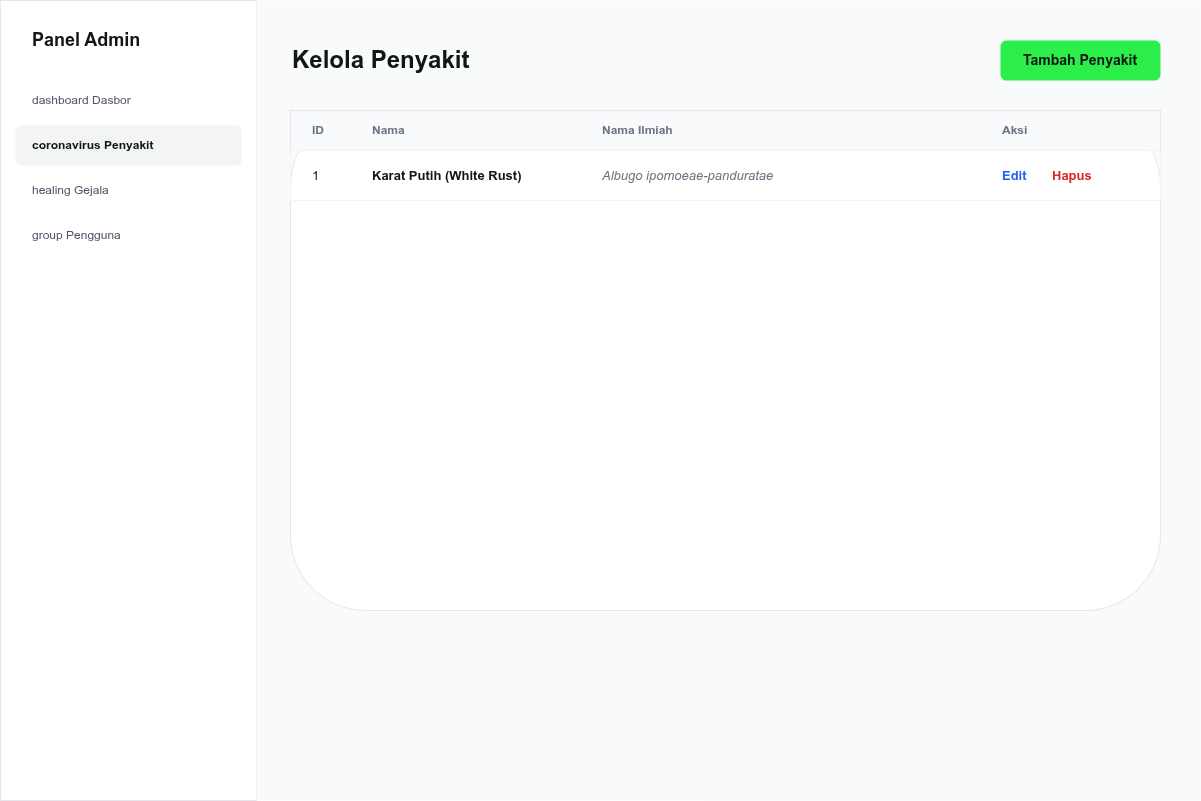
This is diagram/desain/admin-lihat-penyakit.png from RajaSunrise/kangkungku, a draw.io export, as it was before one commit. Source tidied: cells renumbered, new cells last; positions are measured from the earlier drawing's top-left corner, leaving out a move shared by most shapes.
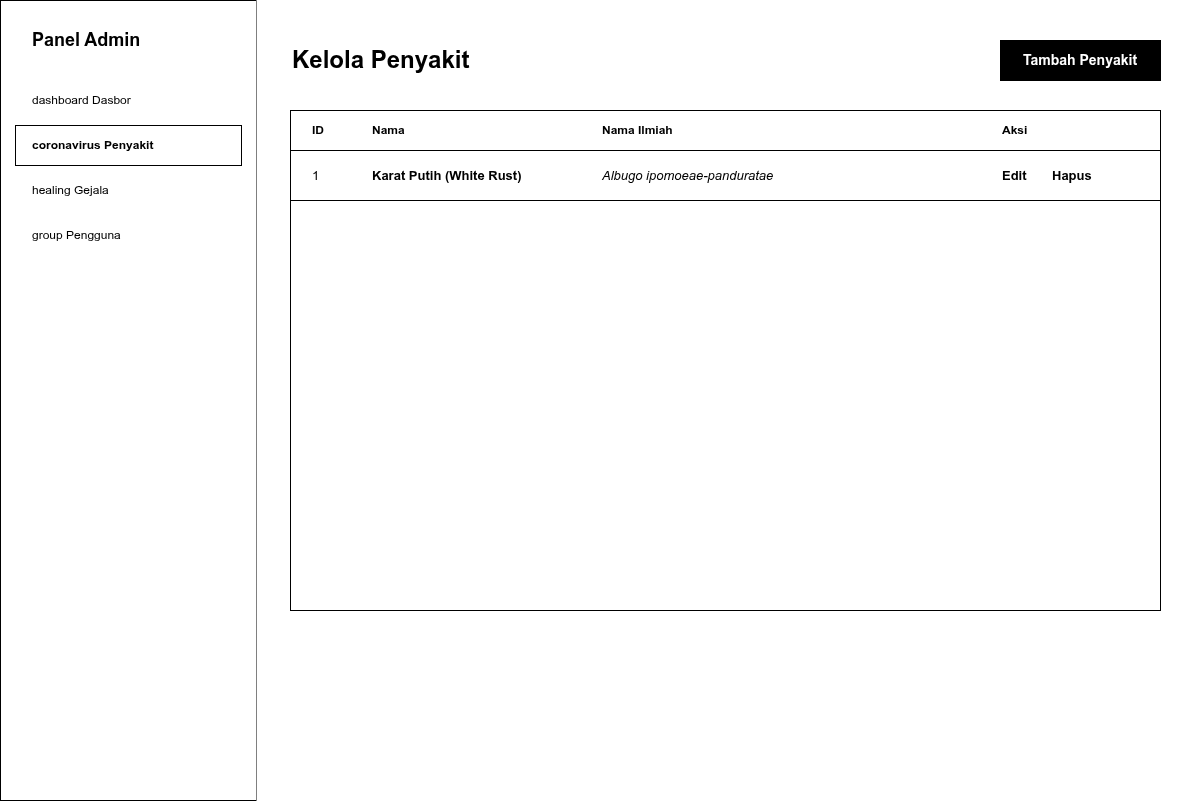
After the commit.

Change to the diagram source:
```diff
@@ -2,67 +2,67 @@
   <root>
     <mxCell id="0" />
     <mxCell id="1" parent="0" />
-    <mxCell id="2" style="rounded=0;whiteSpace=wrap;html=1;fillColor=#FFFFFF;strokeColor=#E5E7EB;" parent="1" vertex="1">
+    <mxCell id="2" style="rounded=0;whiteSpace=wrap;html=1;fillColor=#FFFFFF;strokeColor=#000000;" parent="1" vertex="1">
       <mxGeometry width="256" height="800" as="geometry" />
     </mxCell>
-    <mxCell id="3" value="Panel Admin" style="text;html=1;strokeColor=none;fillColor=none;align=left;verticalAlign=middle;whiteSpace=wrap;rounded=0;fontColor=#111812;fontSize=18;fontStyle=1;" parent="1" vertex="1">
+    <mxCell id="3" value="Panel Admin" style="text;html=1;strokeColor=none;fillColor=none;align=left;verticalAlign=middle;whiteSpace=wrap;rounded=0;fontColor=#000000;fontSize=18;fontStyle=1;" parent="1" vertex="1">
       <mxGeometry x="30" y="20" width="200" height="40" as="geometry" />
     </mxCell>
-    <mxCell id="4" value="dashboard  Dasbor" style="rounded=1;whiteSpace=wrap;html=1;fillColor=none;strokeColor=none;fontColor=#4B5563;align=left;spacingLeft=15;" parent="1" vertex="1">
+    <mxCell id="4" value="dashboard  Dasbor" style="rounded=0;whiteSpace=wrap;html=1;fillColor=none;strokeColor=none;fontColor=#000000;align=left;spacingLeft=15;" parent="1" vertex="1">
       <mxGeometry x="15" y="80" width="226" height="40" as="geometry" />
     </mxCell>
-    <mxCell id="5" value="coronavirus  Penyakit" style="rounded=1;whiteSpace=wrap;html=1;fillColor=#F3F4F6;strokeColor=none;fontColor=#111812;align=left;spacingLeft=15;fontStyle=1;" parent="1" vertex="1">
+    <mxCell id="5" value="coronavirus  Penyakit" style="rounded=0;whiteSpace=wrap;html=1;fillColor=#FFFFFF;strokeColor=#000000;fontColor=#000000;align=left;spacingLeft=15;fontStyle=1;" parent="1" vertex="1">
       <mxGeometry x="15" y="125" width="226" height="40" as="geometry" />
     </mxCell>
-    <mxCell id="6" value="healing  Gejala" style="rounded=1;whiteSpace=wrap;html=1;fillColor=none;strokeColor=none;fontColor=#4B5563;align=left;spacingLeft=15;" parent="1" vertex="1">
+    <mxCell id="6" value="healing  Gejala" style="rounded=0;whiteSpace=wrap;html=1;fillColor=none;strokeColor=none;fontColor=#000000;align=left;spacingLeft=15;" parent="1" vertex="1">
       <mxGeometry x="15" y="170" width="226" height="40" as="geometry" />
     </mxCell>
-    <mxCell id="7" value="group  Pengguna" style="rounded=1;whiteSpace=wrap;html=1;fillColor=none;strokeColor=none;fontColor=#4B5563;align=left;spacingLeft=15;" parent="1" vertex="1">
+    <mxCell id="7" value="group  Pengguna" style="rounded=0;whiteSpace=wrap;html=1;fillColor=none;strokeColor=none;fontColor=#000000;align=left;spacingLeft=15;" parent="1" vertex="1">
       <mxGeometry x="15" y="215" width="226" height="40" as="geometry" />
     </mxCell>
-    <mxCell id="8" style="rounded=0;whiteSpace=wrap;html=1;fillColor=#F9FAFB;strokeColor=none;" parent="1" vertex="1">
+    <mxCell id="8" style="rounded=0;whiteSpace=wrap;html=1;fillColor=#FFFFFF;strokeColor=none;" parent="1" vertex="1">
       <mxGeometry x="256" width="944" height="800" as="geometry" />
     </mxCell>
-    <mxCell id="9" value="Kelola Penyakit" style="text;html=1;strokeColor=none;fillColor=none;align=left;verticalAlign=middle;whiteSpace=wrap;rounded=0;fontColor=#111812;fontSize=24;fontStyle=1;" parent="1" vertex="1">
+    <mxCell id="9" value="Kelola Penyakit" style="text;html=1;strokeColor=none;fillColor=none;align=left;verticalAlign=middle;whiteSpace=wrap;rounded=0;fontColor=#000000;fontSize=24;fontStyle=1;" parent="1" vertex="1">
       <mxGeometry x="290" y="40" width="300" height="40" as="geometry" />
     </mxCell>
-    <mxCell id="10" value="Tambah Penyakit" style="rounded=1;whiteSpace=wrap;html=1;fillColor=#2BEE4B;strokeColor=none;fontColor=#111812;fontStyle=1;fontSize=14;" parent="1" vertex="1">
+    <mxCell id="10" value="Tambah Penyakit" style="rounded=0;whiteSpace=wrap;html=1;fillColor=#000000;strokeColor=#000000;fontColor=#FFFFFF;fontStyle=1;fontSize=14;" parent="1" vertex="1">
       <mxGeometry x="1000" y="40" width="160" height="40" as="geometry" />
     </mxCell>
-    <mxCell id="11" style="rounded=1;whiteSpace=wrap;html=1;fillColor=#FFFFFF;strokeColor=#E5E7EB;shadow=0;" parent="1" vertex="1">
+    <mxCell id="11" style="rounded=0;whiteSpace=wrap;html=1;fillColor=#FFFFFF;strokeColor=#000000;" parent="1" vertex="1">
       <mxGeometry x="290" y="110" width="870" height="500" as="geometry" />
     </mxCell>
-    <mxCell id="12" style="rounded=0;whiteSpace=wrap;html=1;fillColor=#F9FAFB;strokeColor=#E5E7EB;" parent="1" vertex="1">
+    <mxCell id="12" style="rounded=0;whiteSpace=wrap;html=1;fillColor=#FFFFFF;strokeColor=#000000;" parent="1" vertex="1">
       <mxGeometry x="290" y="110" width="870" height="40" as="geometry" />
     </mxCell>
-    <mxCell id="13" value="ID" style="text;html=1;strokeColor=none;fillColor=none;align=left;verticalAlign=middle;whiteSpace=wrap;rounded=0;fontColor=#6B7280;fontSize=12;fontStyle=1;" parent="1" vertex="1">
+    <mxCell id="13" value="ID" style="text;html=1;strokeColor=none;fillColor=none;align=left;verticalAlign=middle;whiteSpace=wrap;rounded=0;fontColor=#000000;fontSize=12;fontStyle=1;" parent="1" vertex="1">
       <mxGeometry x="310" y="115" width="50" height="30" as="geometry" />
     </mxCell>
-    <mxCell id="14" value="Nama" style="text;html=1;strokeColor=none;fillColor=none;align=left;verticalAlign=middle;whiteSpace=wrap;rounded=0;fontColor=#6B7280;fontSize=12;fontStyle=1;" parent="1" vertex="1">
+    <mxCell id="14" value="Nama" style="text;html=1;strokeColor=none;fillColor=none;align=left;verticalAlign=middle;whiteSpace=wrap;rounded=0;fontColor=#000000;fontSize=12;fontStyle=1;" parent="1" vertex="1">
       <mxGeometry x="370" y="115" width="200" height="30" as="geometry" />
     </mxCell>
-    <mxCell id="15" value="Nama Ilmiah" style="text;html=1;strokeColor=none;fillColor=none;align=left;verticalAlign=middle;whiteSpace=wrap;rounded=0;fontColor=#6B7280;fontSize=12;fontStyle=1;" parent="1" vertex="1">
+    <mxCell id="15" value="Nama Ilmiah" style="text;html=1;strokeColor=none;fillColor=none;align=left;verticalAlign=middle;whiteSpace=wrap;rounded=0;fontColor=#000000;fontSize=12;fontStyle=1;" parent="1" vertex="1">
       <mxGeometry x="600" y="115" width="200" height="30" as="geometry" />
     </mxCell>
-    <mxCell id="16" value="Aksi" style="text;html=1;strokeColor=none;fillColor=none;align=left;verticalAlign=middle;whiteSpace=wrap;rounded=0;fontColor=#6B7280;fontSize=12;fontStyle=1;" parent="1" vertex="1">
+    <mxCell id="16" value="Aksi" style="text;html=1;strokeColor=none;fillColor=none;align=left;verticalAlign=middle;whiteSpace=wrap;rounded=0;fontColor=#000000;fontSize=12;fontStyle=1;" parent="1" vertex="1">
       <mxGeometry x="1000" y="115" width="100" height="30" as="geometry" />
     </mxCell>
-    <mxCell id="17" style="rounded=0;whiteSpace=wrap;html=1;fillColor=none;strokeColor=#F3F4F6;" parent="1" vertex="1">
+    <mxCell id="17" style="rounded=0;whiteSpace=wrap;html=1;fillColor=none;strokeColor=#000000;" parent="1" vertex="1">
       <mxGeometry x="290" y="150" width="870" height="50" as="geometry" />
     </mxCell>
-    <mxCell id="18" value="1" style="text;html=1;strokeColor=none;fillColor=none;align=left;verticalAlign=middle;whiteSpace=wrap;rounded=0;fontColor=#111812;fontSize=13;" parent="1" vertex="1">
+    <mxCell id="18" value="1" style="text;html=1;strokeColor=none;fillColor=none;align=left;verticalAlign=middle;whiteSpace=wrap;rounded=0;fontColor=#000000;fontSize=13;" parent="1" vertex="1">
       <mxGeometry x="310" y="160" width="50" height="30" as="geometry" />
     </mxCell>
-    <mxCell id="19" value="Karat Putih (White Rust)" style="text;html=1;strokeColor=none;fillColor=none;align=left;verticalAlign=middle;whiteSpace=wrap;rounded=0;fontColor=#111812;fontSize=13;fontStyle=1;" parent="1" vertex="1">
+    <mxCell id="19" value="Karat Putih (White Rust)" style="text;html=1;strokeColor=none;fillColor=none;align=left;verticalAlign=middle;whiteSpace=wrap;rounded=0;fontColor=#000000;fontSize=13;fontStyle=1;" parent="1" vertex="1">
       <mxGeometry x="370" y="160" width="200" height="30" as="geometry" />
     </mxCell>
-    <mxCell id="20" value="Albugo ipomoeae-panduratae" style="text;html=1;strokeColor=none;fillColor=none;align=left;verticalAlign=middle;whiteSpace=wrap;rounded=0;fontColor=#6B7280;fontSize=13;fontStyle=2;" parent="1" vertex="1">
+    <mxCell id="20" value="Albugo ipomoeae-panduratae" style="text;html=1;strokeColor=none;fillColor=none;align=left;verticalAlign=middle;whiteSpace=wrap;rounded=0;fontColor=#000000;fontSize=13;fontStyle=2;" parent="1" vertex="1">
       <mxGeometry x="600" y="160" width="200" height="30" as="geometry" />
     </mxCell>
-    <mxCell id="21" value="Edit" style="text;html=1;strokeColor=none;fillColor=none;align=left;verticalAlign=middle;whiteSpace=wrap;rounded=0;fontColor=#2563EB;fontSize=13;fontStyle=1;" parent="1" vertex="1">
+    <mxCell id="21" value="Edit" style="text;html=1;strokeColor=none;fillColor=none;align=left;verticalAlign=middle;whiteSpace=wrap;rounded=0;fontColor=#000000;fontSize=13;fontStyle=1;" parent="1" vertex="1">
       <mxGeometry x="1000" y="160" width="40" height="30" as="geometry" />
     </mxCell>
-    <mxCell id="22" value="Hapus" style="text;html=1;strokeColor=none;fillColor=none;align=left;verticalAlign=middle;whiteSpace=wrap;rounded=0;fontColor=#DC2626;fontSize=13;fontStyle=1;" parent="1" vertex="1">
+    <mxCell id="22" value="Hapus" style="text;html=1;strokeColor=none;fillColor=none;align=left;verticalAlign=middle;whiteSpace=wrap;rounded=0;fontColor=#000000;fontSize=13;fontStyle=1;" parent="1" vertex="1">
       <mxGeometry x="1050" y="160" width="50" height="30" as="geometry" />
     </mxCell>
   </root>
```
